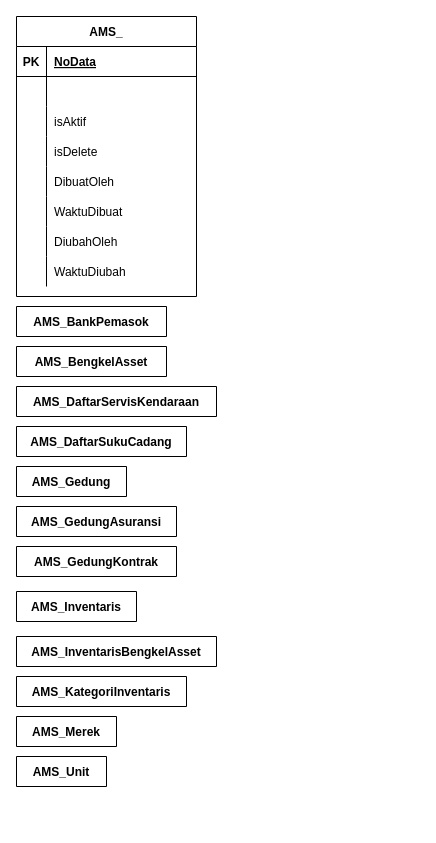
This is assets/files/AMSFix.drawio from hansburnthem/hansburnthem, a draw.io file, before an edit. Source tidied: cells renumbered, new cells numbered last; positions are measured from the earlier drawing's top-left corner, leaving out a move shared by most shapes. Both pictures are drawn from the tidied source at 100%, with x=0, y=0 at pixel (16, 16).
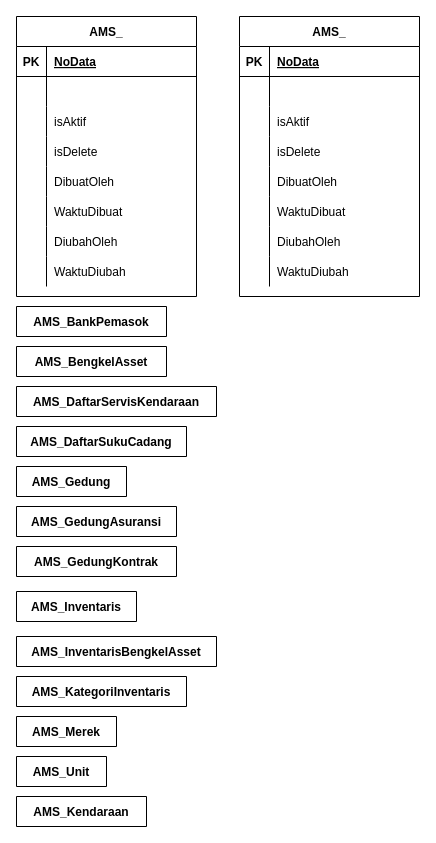
The same page after the edit.

Change to the diagram source:
```diff
@@
+    <mxCell id="39" value="AMS_Kendaraan" style="shape=table;startSize=30;childLayout=tableLayout;rowLines=0;fontStyle=1;align=center;fillColor=default;strokeColor=default;fontColor=default;" parent="1" vertex="1" collapsed="1">
+      <mxGeometry y="780" width="130" height="30" as="geometry" />
+    </mxCell>
+    <mxCell id="40" value="AMS_" style="shape=table;startSize=30;childLayout=tableLayout;rowLines=0;fontStyle=1;align=center;fillColor=default;strokeColor=default;fontColor=default;" parent="1" vertex="1">
+      <mxGeometry x="223" width="180" height="280" as="geometry" />
+    </mxCell>
+    <mxCell id="41" style="shape=partialRectangle;fillColor=none;top=0;left=0;bottom=1;right=0;" parent="40" vertex="1">
+      <mxGeometry y="30" width="180" height="30" as="geometry" />
+    </mxCell>
+    <mxCell id="42" value="PK" style="shape=partialRectangle;fillColor=none;top=0;left=0;bottom=0;right=0;fontStyle=1;overflow=hidden;" parent="41" vertex="1">
+      <mxGeometry width="30" height="30" as="geometry" />
+    </mxCell>
+    <mxCell id="43" value="NoData" style="shape=partialRectangle;fillColor=none;top=0;left=0;bottom=0;right=0;align=left;spacingLeft=6;fontStyle=5;overflow=hidden;fontColor=default;" parent="41" vertex="1">
+      <mxGeometry x="30" width="150" height="30" as="geometry" />
+    </mxCell>
+    <mxCell id="44" style="shape=partialRectangle;fillColor=none;top=0;left=0;bottom=0;right=0;" parent="40" vertex="1">
+      <mxGeometry y="60" width="180" height="30" as="geometry" />
+    </mxCell>
+    <mxCell id="45" style="shape=partialRectangle;fillColor=none;top=0;left=0;bottom=0;right=0;overflow=hidden;" parent="44" vertex="1">
+      <mxGeometry width="30" height="30" as="geometry" />
+    </mxCell>
+    <mxCell id="46" style="shape=partialRectangle;fillColor=none;top=0;left=0;bottom=0;right=0;align=left;spacingLeft=6;overflow=hidden;fontColor=default;" parent="44" vertex="1">
+      <mxGeometry x="30" width="150" height="30" as="geometry" />
+    </mxCell>
+    <mxCell id="47" style="shape=partialRectangle;fillColor=none;top=0;left=0;bottom=0;right=0;" parent="40" vertex="1">
+      <mxGeometry y="90" width="180" height="30" as="geometry" />
+    </mxCell>
+    <mxCell id="48" style="shape=partialRectangle;fillColor=none;top=0;left=0;bottom=0;right=0;overflow=hidden;" parent="47" vertex="1">
+      <mxGeometry width="30" height="30" as="geometry" />
+    </mxCell>
+    <mxCell id="49" value="isAktif" style="shape=partialRectangle;fillColor=none;top=0;left=0;bottom=0;right=0;align=left;spacingLeft=6;overflow=hidden;fontColor=default;" parent="47" vertex="1">
+      <mxGeometry x="30" width="150" height="30" as="geometry" />
+    </mxCell>
+    <mxCell id="50" style="shape=partialRectangle;fillColor=none;top=0;left=0;bottom=0;right=0;" parent="40" vertex="1">
+      <mxGeometry y="120" width="180" height="30" as="geometry" />
+    </mxCell>
+    <mxCell id="51" style="shape=partialRectangle;fillColor=none;top=0;left=0;bottom=0;right=0;overflow=hidden;" parent="50" vertex="1">
+      <mxGeometry width="30" height="30" as="geometry" />
+    </mxCell>
+    <mxCell id="52" value="isDelete" style="shape=partialRectangle;fillColor=none;top=0;left=0;bottom=0;right=0;align=left;spacingLeft=6;overflow=hidden;fontColor=default;" parent="50" vertex="1">
+      <mxGeometry x="30" width="150" height="30" as="geometry" />
+    </mxCell>
+    <mxCell id="53" style="shape=partialRectangle;fillColor=none;top=0;left=0;bottom=0;right=0;" parent="40" vertex="1">
+      <mxGeometry y="150" width="180" height="30" as="geometry" />
+    </mxCell>
+    <mxCell id="54" style="shape=partialRectangle;fillColor=none;top=0;left=0;bottom=0;right=0;overflow=hidden;" parent="53" vertex="1">
+      <mxGeometry width="30" height="30" as="geometry" />
+    </mxCell>
+    <mxCell id="55" value="DibuatOleh " style="shape=partialRectangle;fillColor=none;top=0;left=0;bottom=0;right=0;align=left;spacingLeft=6;overflow=hidden;fontColor=default;" parent="53" vertex="1">
+      <mxGeometry x="30" width="150" height="30" as="geometry" />
+    </mxCell>
+    <mxCell id="56" style="shape=partialRectangle;fillColor=none;top=0;left=0;bottom=0;right=0;strokeColor=default;fontColor=default;" parent="40" vertex="1">
+      <mxGeometry y="180" width="180" height="30" as="geometry" />
+    </mxCell>
+    <mxCell id="57" style="shape=partialRectangle;fillColor=none;top=0;left=0;bottom=0;right=0;overflow=hidden;" parent="56" vertex="1">
+      <mxGeometry width="30" height="30" as="geometry" />
+    </mxCell>
+    <mxCell id="58" value="WaktuDibuat            " style="shape=partialRectangle;fillColor=none;top=0;left=0;bottom=0;right=0;align=left;spacingLeft=6;overflow=hidden;fontColor=default;" parent="56" vertex="1">
+      <mxGeometry x="30" width="150" height="30" as="geometry" />
+    </mxCell>
+    <mxCell id="59" style="shape=partialRectangle;fillColor=none;top=0;left=0;bottom=0;right=0;" parent="40" vertex="1">
+      <mxGeometry y="210" width="180" height="30" as="geometry" />
+    </mxCell>
+    <mxCell id="60" style="shape=partialRectangle;fillColor=none;top=0;left=0;bottom=0;right=0;overflow=hidden;" parent="59" vertex="1">
+      <mxGeometry width="30" height="30" as="geometry" />
+    </mxCell>
+    <mxCell id="61" value="DiubahOleh   " style="shape=partialRectangle;fillColor=none;top=0;left=0;bottom=0;right=0;align=left;spacingLeft=6;overflow=hidden;fontColor=default;" parent="59" vertex="1">
+      <mxGeometry x="30" width="150" height="30" as="geometry" />
+    </mxCell>
+    <mxCell id="62" style="shape=partialRectangle;fillColor=none;top=0;left=0;bottom=0;right=0;" parent="40" vertex="1">
+      <mxGeometry y="240" width="180" height="30" as="geometry" />
+    </mxCell>
+    <mxCell id="63" style="shape=partialRectangle;fillColor=none;top=0;left=0;bottom=0;right=0;overflow=hidden;" parent="62" vertex="1">
+      <mxGeometry width="30" height="30" as="geometry" />
+    </mxCell>
+    <mxCell id="64" value="WaktuDiubah" style="shape=partialRectangle;fillColor=none;top=0;left=0;bottom=0;right=0;align=left;spacingLeft=6;overflow=hidden;fontColor=default;" parent="62" vertex="1">
+      <mxGeometry x="30" width="150" height="30" as="geometry" />
+    </mxCell>
```
